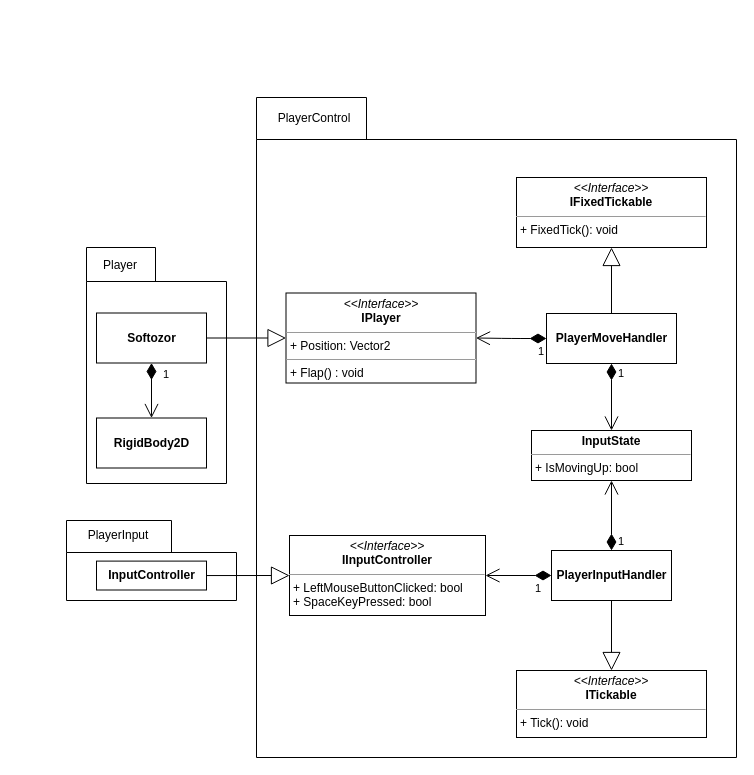
Earlier version of the draw.io diagram doc/img/UML.drawio (softozor/softozor-game). Source tidied: cells renumbered, new cells numbered last; positions are measured from the earlier drawing's top-left corner, leaving out a move shared by most shapes. Both pictures are drawn from the tidied source at 100%, with x=0, y=0 at pixel (66, 97).
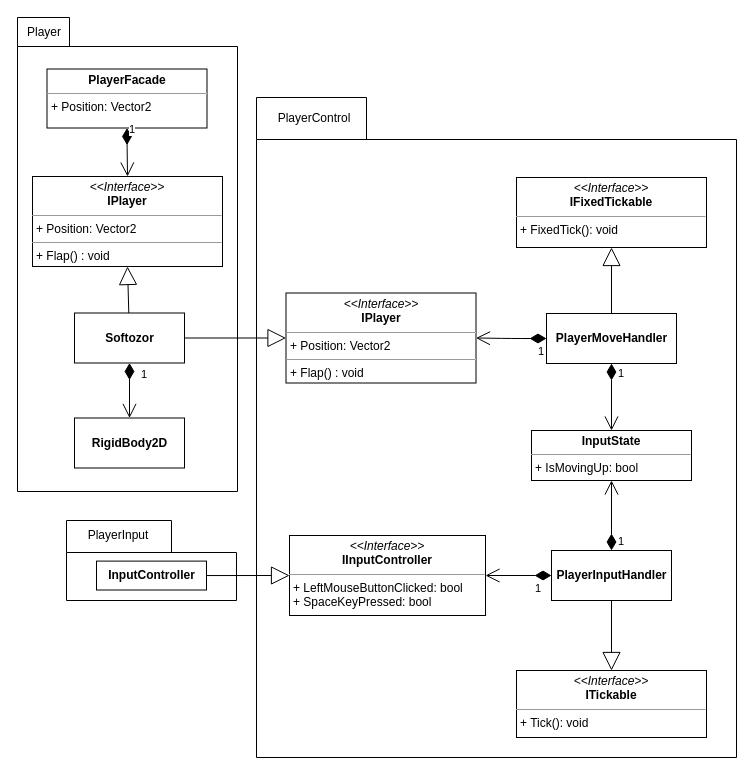
After the change.

The change refers to these unchanged cells:
```xml
<mxCell id="27" value="&lt;b&gt;Softozor&lt;/b&gt;" style="html=1;" parent="25" vertex="1">
  <mxGeometry x="10" y="65.5" width="110" height="50" as="geometry" />
</mxCell>
```

What changed in the source:
```diff
@@
-    <mxCell id="24" style="group;" parent="1" vertex="1">
-      <mxGeometry x="20" y="150" width="140" height="236" as="geometry" />
-    </mxCell>
+    <mxCell id="32" style="group;" parent="1" vertex="1">
+      <mxGeometry x="-49" y="-80" width="220" height="486" as="geometry" />
+    </mxCell>
+    <mxCell id="26" style="shape=folder;fontStyle=1;spacingTop=10;tabWidth=52;tabHeight=29;tabPosition=left;html=1;" parent="32" vertex="1">
+      <mxGeometry width="220" height="474" as="geometry" />
+    </mxCell>
-    <mxCell id="25" style="group;" parent="24" vertex="1">
-      <mxGeometry width="140" height="236" as="geometry" />
+    <mxCell id="25" style="group;" parent="32" vertex="1">
+      <mxGeometry x="47" y="230" width="170" height="256" as="geometry" />
     </mxCell>
-    <mxCell id="26" style="shape=folder;fontStyle=1;spacingTop=10;tabWidth=69;tabHeight=34;tabPosition=left;html=1;" parent="25" vertex="1">
-      <mxGeometry width="140" height="236" as="geometry" />
-    </mxCell>
@@
-    <mxCell id="30" value="Player" style="text;html=1;strokeColor=none;fillColor=none;align=center;verticalAlign=middle;whiteSpace=wrap;rounded=0;" parent="24" vertex="1">
-      <mxGeometry x="20.6" y="4.9" width="26.3" height="25.2" as="geometry" />
+    <mxCell id="30" value="Player" style="text;html=1;strokeColor=none;fillColor=none;align=center;verticalAlign=middle;whiteSpace=wrap;rounded=0;" parent="32" vertex="1">
+      <mxGeometry x="14.1" y="1.9" width="26.3" height="25.2" as="geometry" />
     </mxCell>
+    <mxCell id="33" style="endArrow=block;endSize=16;endFill=0;html=1;entryX=0.5;entryY=1;entryDx=0;entryDy=0;" parent="32" edge="1" source="27" target="36">
+      <mxGeometry x="-0.08" y="-37" relative="1" as="geometry" />
+    </mxCell>
+    <mxCell id="34" value="&lt;p style=&quot;margin: 0px ; margin-top: 4px ; text-align: center&quot;&gt;&lt;b&gt;PlayerFacade&lt;/b&gt;&lt;/p&gt;&lt;hr size=&quot;1&quot;&gt;&lt;p style=&quot;margin: 0px ; margin-left: 4px&quot;&gt;+ Position: Vector2&lt;/p&gt;&lt;p style=&quot;margin: 0px ; margin-left: 4px&quot;&gt;&lt;br&gt;&lt;/p&gt;" style="verticalAlign=top;align=left;overflow=fill;fontSize=12;fontFamily=Helvetica;html=1;" parent="32" vertex="1">
+      <mxGeometry x="29.5" y="51.5" width="160" height="59" as="geometry" />
+    </mxCell>
+    <mxCell id="35" value="1" style="endArrow=open;html=1;endSize=12;startArrow=diamondThin;startSize=14;startFill=1;edgeStyle=orthogonalEdgeStyle;align=left;verticalAlign=bottom;exitX=0.5;exitY=1;exitDx=0;exitDy=0;entryX=0.5;entryY=0;entryDx=0;entryDy=0;" parent="32" edge="1" source="34" target="36">
+      <mxGeometry x="-0.55" relative="1" as="geometry">
+        <Array as="points">
+          <mxPoint x="110" y="120" />
+          <mxPoint x="110" y="120" />
+        </Array>
+      </mxGeometry>
+    </mxCell>
+    <mxCell id="36" value="&lt;p style=&quot;margin: 0px ; margin-top: 4px ; text-align: center&quot;&gt;&lt;i&gt;&amp;lt;&amp;lt;Interface&amp;gt;&amp;gt;&lt;/i&gt;&lt;br&gt;&lt;b&gt;IPlayer&lt;/b&gt;&lt;/p&gt;&lt;hr size=&quot;1&quot;&gt;&lt;p style=&quot;margin: 0px ; margin-left: 4px&quot;&gt;+ Position: Vector2&lt;br&gt;&lt;/p&gt;&lt;hr size=&quot;1&quot;&gt;&lt;p style=&quot;margin: 0px ; margin-left: 4px&quot;&gt;+ Flap() : void&lt;br&gt;&lt;br&gt;&lt;/p&gt;" style="verticalAlign=top;align=left;overflow=fill;fontSize=12;fontFamily=Helvetica;html=1;" parent="32" vertex="1">
+      <mxGeometry x="15" y="159" width="190" height="90" as="geometry" />
+    </mxCell>
```
